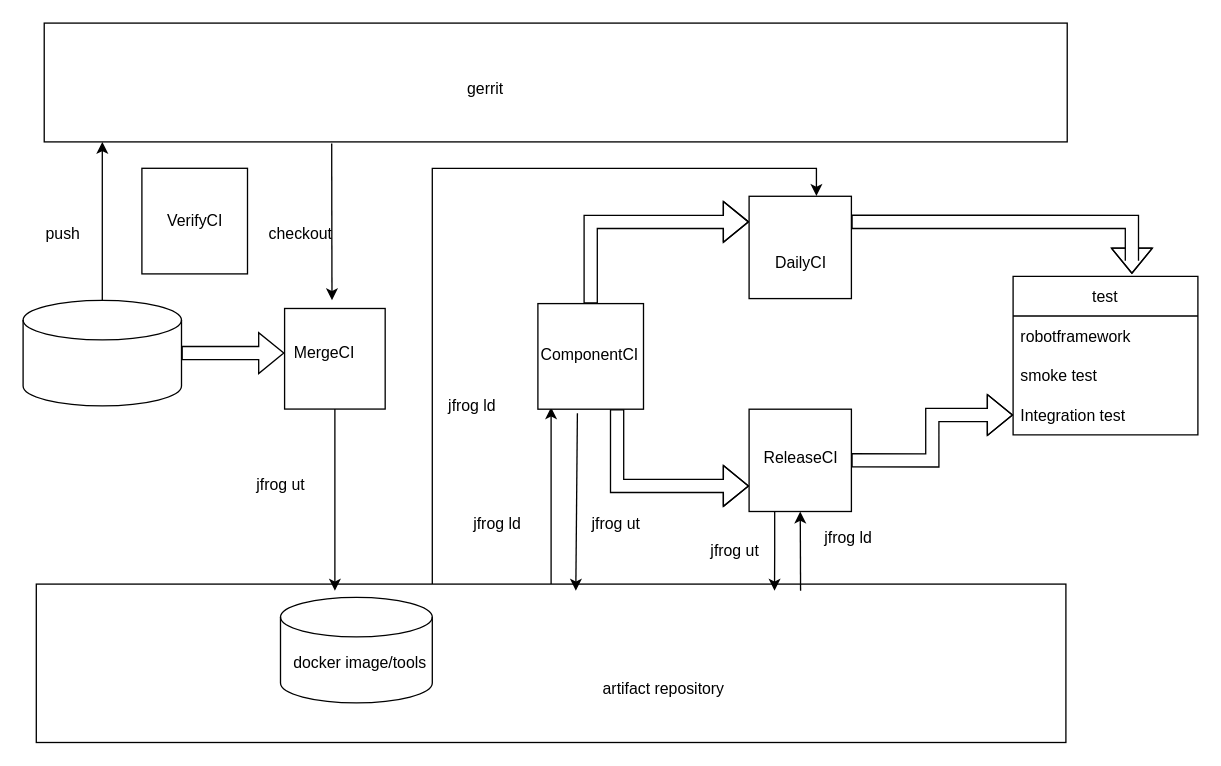
Before: jflc.drawio in xiaoyuanwu123/learnGit, a draw.io diagram. Source tidied: cells renumbered, new cells numbered last; positions are measured from the earlier drawing's top-left corner, leaving out a move shared by most shapes. Both pictures are drawn from the tidied source at 132%, with x=0, y=0 at pixel (22, 22).
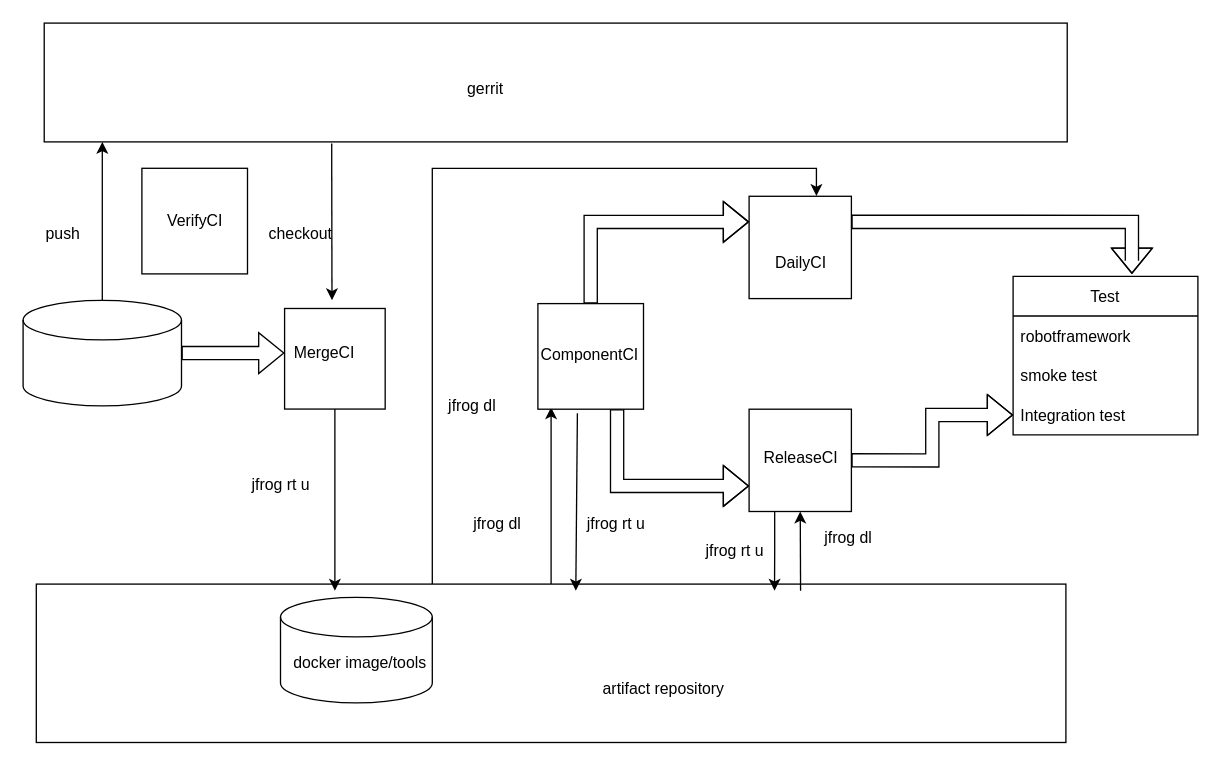
Above is the later version.

Diff of the diagram source:
```diff
@@
-    <mxCell id="30" value="jfrog ut" style="text;html=1;align=center;verticalAlign=middle;fillColor=none;strokeColor=none;rounded=0;fontFamily=Helvetica;" parent="1" vertex="1">
-      <mxGeometry x="170" y="340" width="50" height="20" as="geometry" />
+    <mxCell id="30" value="jfrog rt u" style="text;html=1;align=center;verticalAlign=middle;fillColor=none;strokeColor=none;rounded=0;fontFamily=Helvetica;" parent="1" vertex="1">
+      <mxGeometry x="165" y="340" width="60" height="20" as="geometry" />
     </mxCell>
-    <mxCell id="31" value="jfrog ut" style="text;html=1;align=center;verticalAlign=middle;fillColor=none;strokeColor=none;rounded=0;fontFamily=Helvetica;" parent="1" vertex="1">
-      <mxGeometry x="423.8" y="370" width="50" height="20" as="geometry" />
+    <mxCell id="31" value="jfrog rt u" style="text;html=1;align=center;verticalAlign=middle;fillColor=none;strokeColor=none;rounded=0;fontFamily=Helvetica;" parent="1" vertex="1">
+      <mxGeometry x="418.8" y="370" width="60" height="20" as="geometry" />
     </mxCell>
@@
-    <mxCell id="34" value="test" style="swimlane;fontStyle=0;horizontal=1;startSize=30;fontFamily=Helvetica;" parent="1" vertex="1">
+    <mxCell id="34" value="Test" style="swimlane;fontStyle=0;horizontal=1;startSize=30;fontFamily=Helvetica;" parent="1" vertex="1">
       <mxGeometry x="750" y="191.9" width="140" height="120" as="geometry" />
     </mxCell>
@@
-    <mxCell id="38" value="jfrog ld" style="text;html=1;align=center;verticalAlign=middle;fillColor=none;strokeColor=none;rounded=0;fontFamily=Helvetica;" parent="1" vertex="1">
+    <mxCell id="38" value="jfrog dl" style="text;html=1;align=center;verticalAlign=middle;fillColor=none;strokeColor=none;rounded=0;fontFamily=Helvetica;" parent="1" vertex="1">
       <mxGeometry x="333.8" y="370" width="50" height="20" as="geometry" />
     </mxCell>
-    <mxCell id="39" value="jfrog ut" style="text;html=1;align=center;verticalAlign=middle;fillColor=none;strokeColor=none;rounded=0;fontFamily=Helvetica;" parent="1" vertex="1">
-      <mxGeometry x="513.8" y="390" width="50" height="20" as="geometry" />
+    <mxCell id="39" value="jfrog rt u" style="text;html=1;align=center;verticalAlign=middle;fillColor=none;strokeColor=none;rounded=0;fontFamily=Helvetica;" parent="1" vertex="1">
+      <mxGeometry x="508.8" y="390" width="60" height="20" as="geometry" />
     </mxCell>
-    <mxCell id="40" value="jfrog ld" style="text;html=1;align=center;verticalAlign=middle;fillColor=none;strokeColor=none;rounded=0;fontFamily=Helvetica;" parent="1" vertex="1">
+    <mxCell id="40" value="jfrog dl" style="text;html=1;align=center;verticalAlign=middle;fillColor=none;strokeColor=none;rounded=0;fontFamily=Helvetica;" parent="1" vertex="1">
       <mxGeometry x="600" y="380" width="50" height="20" as="geometry" />
     </mxCell>
@@
-    <mxCell id="42" value="jfrog ld" style="text;html=1;align=center;verticalAlign=middle;fillColor=none;strokeColor=none;rounded=0;fontFamily=Helvetica;" parent="1" vertex="1">
+    <mxCell id="42" value="jfrog dl" style="text;html=1;align=center;verticalAlign=middle;fillColor=none;strokeColor=none;rounded=0;fontFamily=Helvetica;" parent="1" vertex="1">
       <mxGeometry x="315" y="280" width="50" height="20" as="geometry" />
     </mxCell>
```
